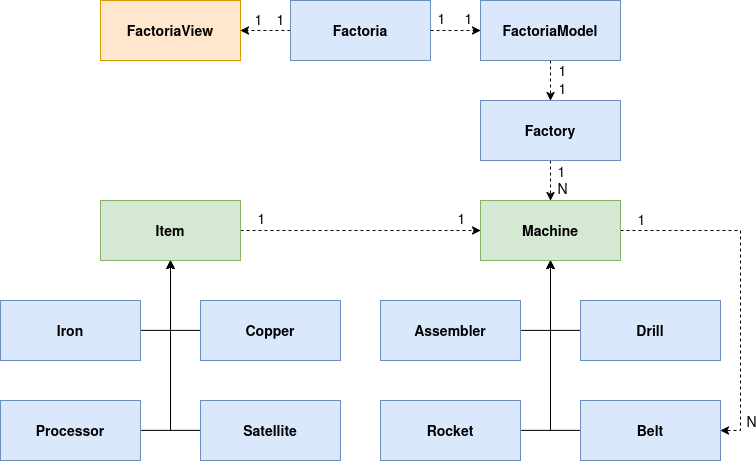
Before: 2026s2/resources/UML.png, a diagram exported from draw.io (CSSE1001/CSSE1001.github.io). Source tidied: cells renumbered, new cells last; positions are measured from the earlier drawing's top-left corner, leaving out a move shared by most shapes. Source of this version:
```xml
<mxGraphModel>
  <root>
    <mxCell id="0" />
    <mxCell id="1" parent="0" />
    <mxCell id="2" value="&lt;span style=&quot;font-size: 14px;&quot;&gt;&lt;b&gt;FactoriaView&lt;/b&gt;&lt;/span&gt;" style="rounded=0;whiteSpace=wrap;html=1;fillColor=#ffe6cc;strokeColor=#d79b00;" parent="1" vertex="1">
      <mxGeometry x="100" width="140" height="60" as="geometry" />
    </mxCell>
    <mxCell id="3" style="edgeStyle=orthogonalEdgeStyle;rounded=0;jettySize=auto;html=1;exitX=1;exitY=0.5;exitDx=0;exitDy=0;dashed=1;" parent="1" edge="1" source="18" target="20">
      <mxGeometry relative="1" as="geometry" />
    </mxCell>
    <mxCell id="4" style="edgeStyle=orthogonalEdgeStyle;rounded=0;jettySize=auto;html=1;exitX=0;exitY=0.5;exitDx=0;exitDy=0;dashed=1;" parent="1" edge="1" source="18" target="2">
      <mxGeometry relative="1" as="geometry" />
    </mxCell>
    <mxCell id="5" value="1" style="edgeLabel;html=1;align=center;verticalAlign=middle;fontStyle=0;fontSize=14;" parent="4" vertex="1">
      <mxGeometry x="-0.49" relative="1" as="geometry">
        <mxPoint x="-20" y="-12" as="offset" />
      </mxGeometry>
    </mxCell>
    <mxCell id="6" value="1" style="edgeLabel;html=1;align=center;verticalAlign=middle;fontStyle=0;fontSize=14;" parent="4" vertex="1">
      <mxGeometry x="-0.49" relative="1" as="geometry">
        <mxPoint x="2" y="-12" as="offset" />
      </mxGeometry>
    </mxCell>
    <mxCell id="7" value="1" style="edgeLabel;html=1;align=center;verticalAlign=middle;fontStyle=0;fontSize=14;" parent="4" vertex="1">
      <mxGeometry x="-0.49" relative="1" as="geometry">
        <mxPoint x="163" y="-13" as="offset" />
      </mxGeometry>
    </mxCell>
    <mxCell id="8" value="1" style="edgeLabel;html=1;align=center;verticalAlign=middle;fontStyle=0;fontSize=14;" parent="4" vertex="1">
      <mxGeometry x="-0.49" relative="1" as="geometry">
        <mxPoint x="190" y="-13" as="offset" />
      </mxGeometry>
    </mxCell>
    <mxCell id="9" value="1" style="edgeLabel;html=1;align=center;verticalAlign=middle;fontStyle=0;fontSize=14;" parent="4" vertex="1">
      <mxGeometry x="-0.49" relative="1" as="geometry">
        <mxPoint x="284" y="39" as="offset" />
      </mxGeometry>
    </mxCell>
    <mxCell id="10" value="1" style="edgeLabel;html=1;align=center;verticalAlign=middle;fontStyle=0;fontSize=14;" parent="4" vertex="1">
      <mxGeometry x="-0.49" relative="1" as="geometry">
        <mxPoint x="284" y="57" as="offset" />
      </mxGeometry>
    </mxCell>
    <mxCell id="11" value="1" style="edgeLabel;html=1;align=center;verticalAlign=middle;fontStyle=0;fontSize=14;" parent="4" vertex="1">
      <mxGeometry x="-0.49" relative="1" as="geometry">
        <mxPoint x="183" y="187" as="offset" />
      </mxGeometry>
    </mxCell>
    <mxCell id="12" value="1" style="edgeLabel;html=1;align=center;verticalAlign=middle;fontStyle=0;fontSize=14;" parent="4" vertex="1">
      <mxGeometry x="-0.49" relative="1" as="geometry">
        <mxPoint x="-66" y="190" as="offset" />
      </mxGeometry>
    </mxCell>
    <mxCell id="13" value="1" style="edgeLabel;html=1;align=center;verticalAlign=middle;fontStyle=0;fontSize=14;" parent="4" vertex="1">
      <mxGeometry x="-0.49" relative="1" as="geometry">
        <mxPoint x="-17" y="187" as="offset" />
      </mxGeometry>
    </mxCell>
    <mxCell id="14" value="N" style="edgeLabel;html=1;align=center;verticalAlign=middle;fontStyle=0;fontSize=14;" parent="4" vertex="1">
      <mxGeometry x="-0.49" relative="1" as="geometry">
        <mxPoint x="284" y="157" as="offset" />
      </mxGeometry>
    </mxCell>
    <mxCell id="15" value="1" style="edgeLabel;html=1;align=center;verticalAlign=middle;fontStyle=0;fontSize=14;" parent="4" vertex="1">
      <mxGeometry x="-0.49" relative="1" as="geometry">
        <mxPoint x="283" y="140" as="offset" />
      </mxGeometry>
    </mxCell>
    <mxCell id="16" value="1" style="edgeLabel;html=1;align=center;verticalAlign=middle;fontStyle=0;fontSize=14;" parent="4" vertex="1">
      <mxGeometry x="-0.49" relative="1" as="geometry">
        <mxPoint x="363" y="188" as="offset" />
      </mxGeometry>
    </mxCell>
    <mxCell id="17" value="N" style="edgeLabel;html=1;align=center;verticalAlign=middle;fontStyle=0;fontSize=14;" parent="4" vertex="1">
      <mxGeometry x="-0.49" relative="1" as="geometry">
        <mxPoint x="473" y="390" as="offset" />
      </mxGeometry>
    </mxCell>
    <mxCell id="18" value="&lt;span style=&quot;font-size: 14px;&quot;&gt;&lt;b&gt;Factoria&lt;/b&gt;&lt;/span&gt;" style="rounded=0;whiteSpace=wrap;html=1;fillColor=#dae8fc;strokeColor=#6c8ebf;" parent="1" vertex="1">
      <mxGeometry x="290" width="140" height="60" as="geometry" />
    </mxCell>
    <mxCell id="19" style="edgeStyle=orthogonalEdgeStyle;rounded=0;jettySize=auto;html=1;exitX=0.5;exitY=1;exitDx=0;exitDy=0;dashed=1;" parent="1" edge="1" source="20" target="22">
      <mxGeometry relative="1" as="geometry" />
    </mxCell>
    <mxCell id="20" value="&lt;font style=&quot;font-size: 14px;&quot;&gt;&lt;b&gt;FactoriaModel&lt;/b&gt;&lt;/font&gt;" style="rounded=0;whiteSpace=wrap;html=1;fillColor=#dae8fc;strokeColor=#6c8ebf;" parent="1" vertex="1">
      <mxGeometry x="480" width="140" height="60" as="geometry" />
    </mxCell>
    <mxCell id="21" style="edgeStyle=orthogonalEdgeStyle;rounded=0;jettySize=auto;html=1;exitX=0.5;exitY=1;exitDx=0;exitDy=0;dashed=1;" parent="1" edge="1" source="22" target="35">
      <mxGeometry relative="1" as="geometry" />
    </mxCell>
    <mxCell id="22" value="&lt;span style=&quot;font-size: 14px;&quot;&gt;&lt;b&gt;Factory&lt;/b&gt;&lt;/span&gt;" style="rounded=0;whiteSpace=wrap;html=1;fillColor=#dae8fc;strokeColor=#6c8ebf;" parent="1" vertex="1">
      <mxGeometry x="480" y="100" width="140" height="60" as="geometry" />
    </mxCell>
    <mxCell id="23" style="edgeStyle=orthogonalEdgeStyle;rounded=0;jettySize=auto;html=1;exitX=1;exitY=0.5;exitDx=0;exitDy=0;entryX=0;entryY=0.5;entryDx=0;entryDy=0;dashed=1;" parent="1" edge="1" source="24" target="35">
      <mxGeometry relative="1" as="geometry" />
    </mxCell>
    <mxCell id="24" value="&lt;span style=&quot;font-size: 14px;&quot;&gt;&lt;b&gt;Item&lt;/b&gt;&lt;/span&gt;" style="rounded=0;whiteSpace=wrap;html=1;fillColor=#d5e8d4;strokeColor=#82b366;" parent="1" vertex="1">
      <mxGeometry x="100" y="200" width="140" height="60" as="geometry" />
    </mxCell>
    <mxCell id="25" style="edgeStyle=orthogonalEdgeStyle;rounded=0;jettySize=auto;html=1;exitX=0;exitY=0.5;exitDx=0;exitDy=0;entryX=0.5;entryY=1;entryDx=0;entryDy=0;" parent="1" edge="1" source="26" target="24">
      <mxGeometry relative="1" as="geometry" />
    </mxCell>
    <mxCell id="26" value="&lt;span style=&quot;font-size: 14px;&quot;&gt;&lt;b&gt;Copper&lt;/b&gt;&lt;/span&gt;" style="rounded=0;whiteSpace=wrap;html=1;fillColor=#dae8fc;strokeColor=#6c8ebf;" parent="1" vertex="1">
      <mxGeometry x="200" y="300" width="140" height="60" as="geometry" />
    </mxCell>
    <mxCell id="27" style="edgeStyle=orthogonalEdgeStyle;rounded=0;jettySize=auto;html=1;exitX=0;exitY=0.5;exitDx=0;exitDy=0;entryX=0.5;entryY=1;entryDx=0;entryDy=0;" parent="1" edge="1" source="28" target="24">
      <mxGeometry relative="1" as="geometry" />
    </mxCell>
    <mxCell id="28" value="&lt;span style=&quot;font-size: 14px;&quot;&gt;&lt;b&gt;Satellite&lt;/b&gt;&lt;/span&gt;" style="rounded=0;whiteSpace=wrap;html=1;fillColor=#dae8fc;strokeColor=#6c8ebf;" parent="1" vertex="1">
      <mxGeometry x="200" y="400" width="140" height="60" as="geometry" />
    </mxCell>
    <mxCell id="29" style="edgeStyle=orthogonalEdgeStyle;rounded=0;jettySize=auto;html=1;exitX=1;exitY=0.5;exitDx=0;exitDy=0;entryX=0.5;entryY=1;entryDx=0;entryDy=0;" parent="1" edge="1" source="30" target="24">
      <mxGeometry relative="1" as="geometry" />
    </mxCell>
    <mxCell id="30" value="&lt;span style=&quot;font-size: 14px;&quot;&gt;&lt;b&gt;Processor&lt;/b&gt;&lt;/span&gt;" style="rounded=0;whiteSpace=wrap;html=1;fillColor=#dae8fc;strokeColor=#6c8ebf;" parent="1" vertex="1">
      <mxGeometry y="400" width="140" height="60" as="geometry" />
    </mxCell>
    <mxCell id="31" style="edgeStyle=orthogonalEdgeStyle;rounded=0;jettySize=auto;html=1;entryX=0.5;entryY=1;entryDx=0;entryDy=0;" parent="1" edge="1" target="24">
      <mxGeometry relative="1" as="geometry">
        <mxPoint x="170" y="310" as="sourcePoint" />
      </mxGeometry>
    </mxCell>
    <mxCell id="32" style="edgeStyle=orthogonalEdgeStyle;rounded=0;jettySize=auto;html=1;exitX=1;exitY=0.5;exitDx=0;exitDy=0;entryX=0.5;entryY=1;entryDx=0;entryDy=0;" parent="1" edge="1" source="33" target="24">
      <mxGeometry relative="1" as="geometry" />
    </mxCell>
    <mxCell id="33" value="&lt;span style=&quot;font-size: 14px;&quot;&gt;&lt;b&gt;Iron&lt;/b&gt;&lt;/span&gt;" style="rounded=0;whiteSpace=wrap;html=1;fillColor=#dae8fc;strokeColor=#6c8ebf;" parent="1" vertex="1">
      <mxGeometry y="300" width="140" height="60" as="geometry" />
    </mxCell>
    <mxCell id="34" style="edgeStyle=orthogonalEdgeStyle;rounded=0;jettySize=auto;html=1;exitX=1;exitY=0.5;exitDx=0;exitDy=0;entryX=1;entryY=0.5;entryDx=0;entryDy=0;dashed=1;" parent="1" edge="1" source="35" target="43">
      <mxGeometry relative="1" as="geometry" />
    </mxCell>
    <mxCell id="35" value="&lt;span style=&quot;font-size: 14px;&quot;&gt;&lt;b&gt;Machine&lt;/b&gt;&lt;/span&gt;" style="rounded=0;whiteSpace=wrap;html=1;fillColor=#d5e8d4;strokeColor=#82b366;" parent="1" vertex="1">
      <mxGeometry x="480" y="200" width="140" height="60" as="geometry" />
    </mxCell>
    <mxCell id="36" style="edgeStyle=orthogonalEdgeStyle;rounded=0;jettySize=auto;html=1;exitX=1;exitY=0.5;exitDx=0;exitDy=0;entryX=0.5;entryY=1;entryDx=0;entryDy=0;" parent="1" edge="1" source="37" target="35">
      <mxGeometry relative="1" as="geometry" />
    </mxCell>
    <mxCell id="37" value="&lt;span style=&quot;font-size: 14px;&quot;&gt;&lt;b&gt;Assembler&lt;/b&gt;&lt;/span&gt;" style="rounded=0;whiteSpace=wrap;html=1;fillColor=#dae8fc;strokeColor=#6c8ebf;" parent="1" vertex="1">
      <mxGeometry x="380" y="300" width="140" height="60" as="geometry" />
    </mxCell>
    <mxCell id="38" style="edgeStyle=orthogonalEdgeStyle;rounded=0;jettySize=auto;html=1;exitX=1;exitY=0.5;exitDx=0;exitDy=0;entryX=0.5;entryY=1;entryDx=0;entryDy=0;" parent="1" edge="1" source="39" target="35">
      <mxGeometry relative="1" as="geometry" />
    </mxCell>
    <mxCell id="39" value="&lt;span style=&quot;font-size: 14px;&quot;&gt;&lt;b&gt;Rocket&lt;/b&gt;&lt;/span&gt;" style="rounded=0;whiteSpace=wrap;html=1;fillColor=#dae8fc;strokeColor=#6c8ebf;" parent="1" vertex="1">
      <mxGeometry x="380" y="400" width="140" height="60" as="geometry" />
    </mxCell>
    <mxCell id="40" style="edgeStyle=orthogonalEdgeStyle;rounded=0;jettySize=auto;html=1;exitX=0;exitY=0.5;exitDx=0;exitDy=0;entryX=0.5;entryY=1;entryDx=0;entryDy=0;" parent="1" edge="1" source="41" target="35">
      <mxGeometry relative="1" as="geometry" />
    </mxCell>
    <mxCell id="41" value="&lt;span style=&quot;font-size: 14px;&quot;&gt;&lt;b&gt;Drill&lt;/b&gt;&lt;/span&gt;" style="rounded=0;whiteSpace=wrap;html=1;fillColor=#dae8fc;strokeColor=#6c8ebf;" parent="1" vertex="1">
      <mxGeometry x="580" y="300" width="140" height="60" as="geometry" />
    </mxCell>
    <mxCell id="42" style="edgeStyle=orthogonalEdgeStyle;rounded=0;jettySize=auto;html=1;exitX=0;exitY=0.5;exitDx=0;exitDy=0;entryX=0.5;entryY=1;entryDx=0;entryDy=0;" parent="1" edge="1" source="43" target="35">
      <mxGeometry relative="1" as="geometry" />
    </mxCell>
    <mxCell id="43" value="&lt;span style=&quot;font-size: 14px;&quot;&gt;&lt;b&gt;Belt&lt;/b&gt;&lt;/span&gt;" style="rounded=0;whiteSpace=wrap;html=1;fillColor=#dae8fc;strokeColor=#6c8ebf;" parent="1" vertex="1">
      <mxGeometry x="580" y="400" width="140" height="60" as="geometry" />
    </mxCell>
  </root>
</mxGraphModel>
```
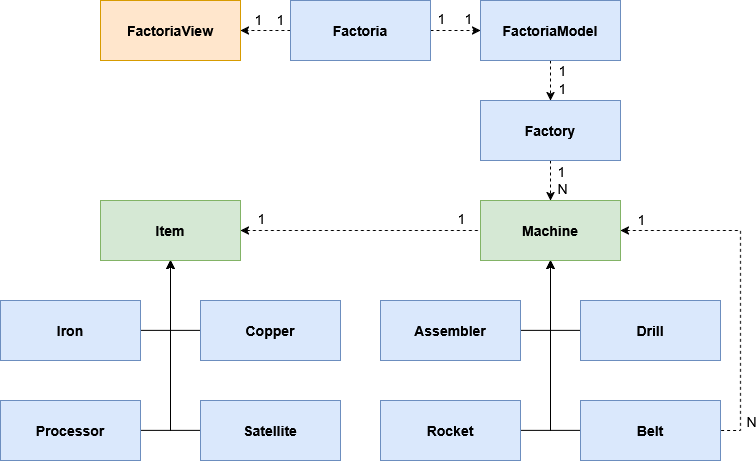
Later version of the same file.

Diff of the diagram source:
```diff
@@ -91,7 +91,7 @@
     <mxCell id="22" value="&lt;span style=&quot;font-size: 14px;&quot;&gt;&lt;b&gt;Factory&lt;/b&gt;&lt;/span&gt;" style="rounded=0;whiteSpace=wrap;html=1;fillColor=#dae8fc;strokeColor=#6c8ebf;" parent="1" vertex="1">
       <mxGeometry x="480" y="100" width="140" height="60" as="geometry" />
     </mxCell>
-    <mxCell id="23" style="edgeStyle=orthogonalEdgeStyle;rounded=0;jettySize=auto;html=1;exitX=1;exitY=0.5;exitDx=0;exitDy=0;entryX=0;entryY=0.5;entryDx=0;entryDy=0;dashed=1;" parent="1" edge="1" source="24" target="35">
+    <mxCell id="23" style="edgeStyle=orthogonalEdgeStyle;rounded=0;jettySize=auto;html=1;exitX=1;exitY=0.5;exitDx=0;exitDy=0;entryX=0;entryY=0.5;entryDx=0;entryDy=0;dashed=1;startArrow=classic;startFill=1;endArrow=none;endFill=0;" parent="1" edge="1" source="24" target="35">
       <mxGeometry relative="1" as="geometry" />
     </mxCell>
     <mxCell id="24" value="&lt;span style=&quot;font-size: 14px;&quot;&gt;&lt;b&gt;Item&lt;/b&gt;&lt;/span&gt;" style="rounded=0;whiteSpace=wrap;html=1;fillColor=#d5e8d4;strokeColor=#82b366;" parent="1" vertex="1">
@@ -126,7 +126,7 @@
     <mxCell id="33" value="&lt;span style=&quot;font-size: 14px;&quot;&gt;&lt;b&gt;Iron&lt;/b&gt;&lt;/span&gt;" style="rounded=0;whiteSpace=wrap;html=1;fillColor=#dae8fc;strokeColor=#6c8ebf;" parent="1" vertex="1">
       <mxGeometry y="300" width="140" height="60" as="geometry" />
     </mxCell>
-    <mxCell id="34" style="edgeStyle=orthogonalEdgeStyle;rounded=0;jettySize=auto;html=1;exitX=1;exitY=0.5;exitDx=0;exitDy=0;entryX=1;entryY=0.5;entryDx=0;entryDy=0;dashed=1;" parent="1" edge="1" source="35" target="43">
+    <mxCell id="34" style="edgeStyle=orthogonalEdgeStyle;rounded=0;jettySize=auto;html=1;exitX=1;exitY=0.5;exitDx=0;exitDy=0;entryX=1;entryY=0.5;entryDx=0;entryDy=0;dashed=1;endArrow=none;endFill=0;startArrow=classic;startFill=1;" parent="1" edge="1" source="35" target="43">
       <mxGeometry relative="1" as="geometry" />
     </mxCell>
     <mxCell id="35" value="&lt;span style=&quot;font-size: 14px;&quot;&gt;&lt;b&gt;Machine&lt;/b&gt;&lt;/span&gt;" style="rounded=0;whiteSpace=wrap;html=1;fillColor=#d5e8d4;strokeColor=#82b366;" parent="1" vertex="1">
```
